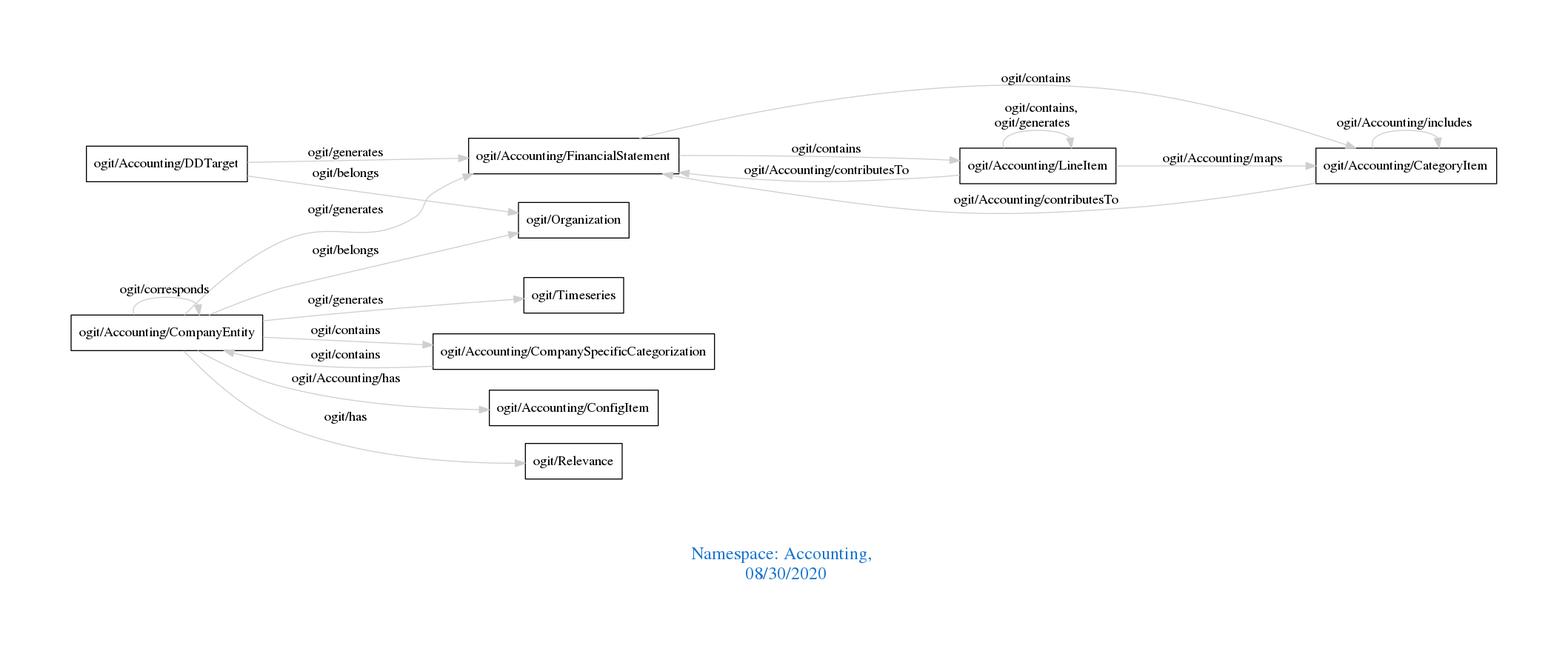
This is downloads/Accounting.png from arago/OGIT, a Graphviz export, as it was before one commit. Its source is kept beside it as downloads/Accounting.dot.
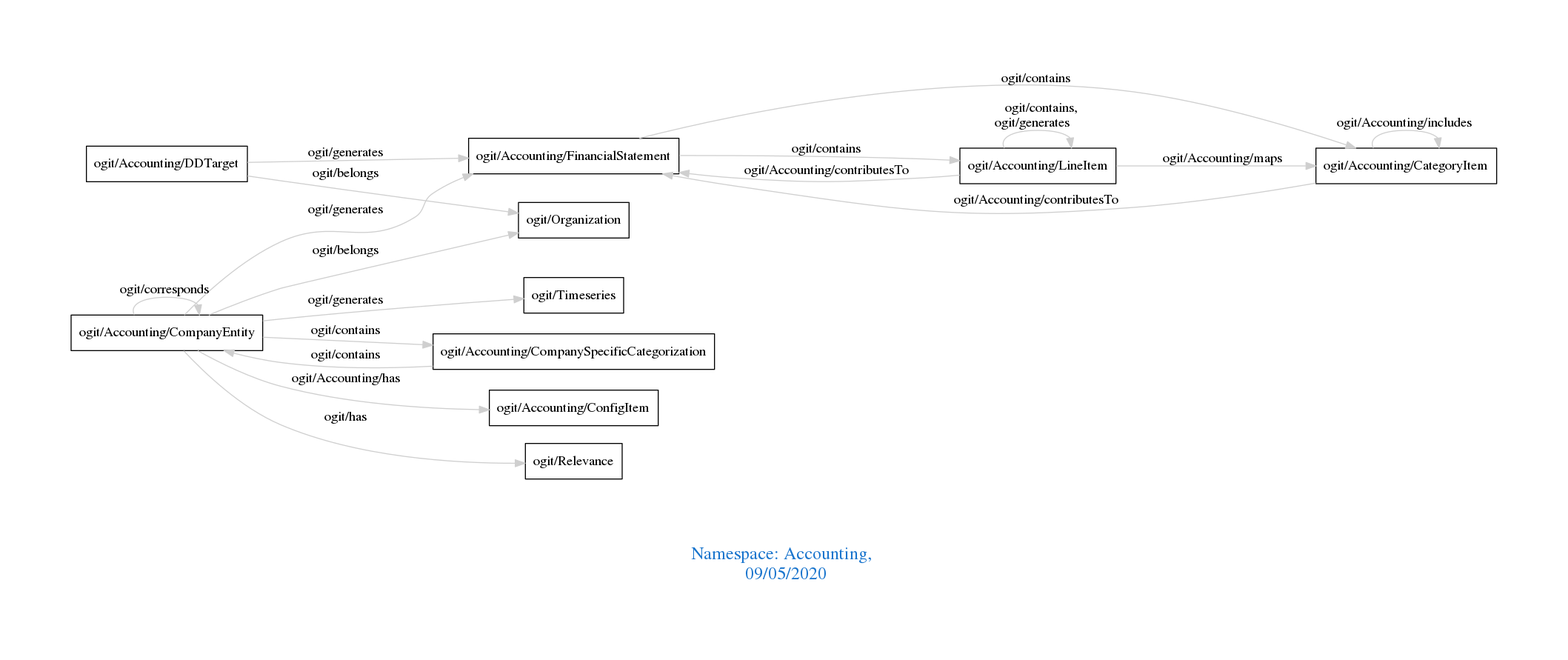
The same file after the commit.

What changed in the source:
```diff
@@ -1,7 +1,7 @@
 digraph OGIT_ontology {
  graph [ rankdir= LR,pad=1
 fontsize = 18,
-fontcolor= dodgerblue3,label = "\n\n\nNamespace: Accounting, \n 08/30/2020"];
+fontcolor= dodgerblue3,label = "\n\n\nNamespace: Accounting, \n 09/05/2020"];
 node[shape=polygon];
 edge [  color="gray81"];
 
```
